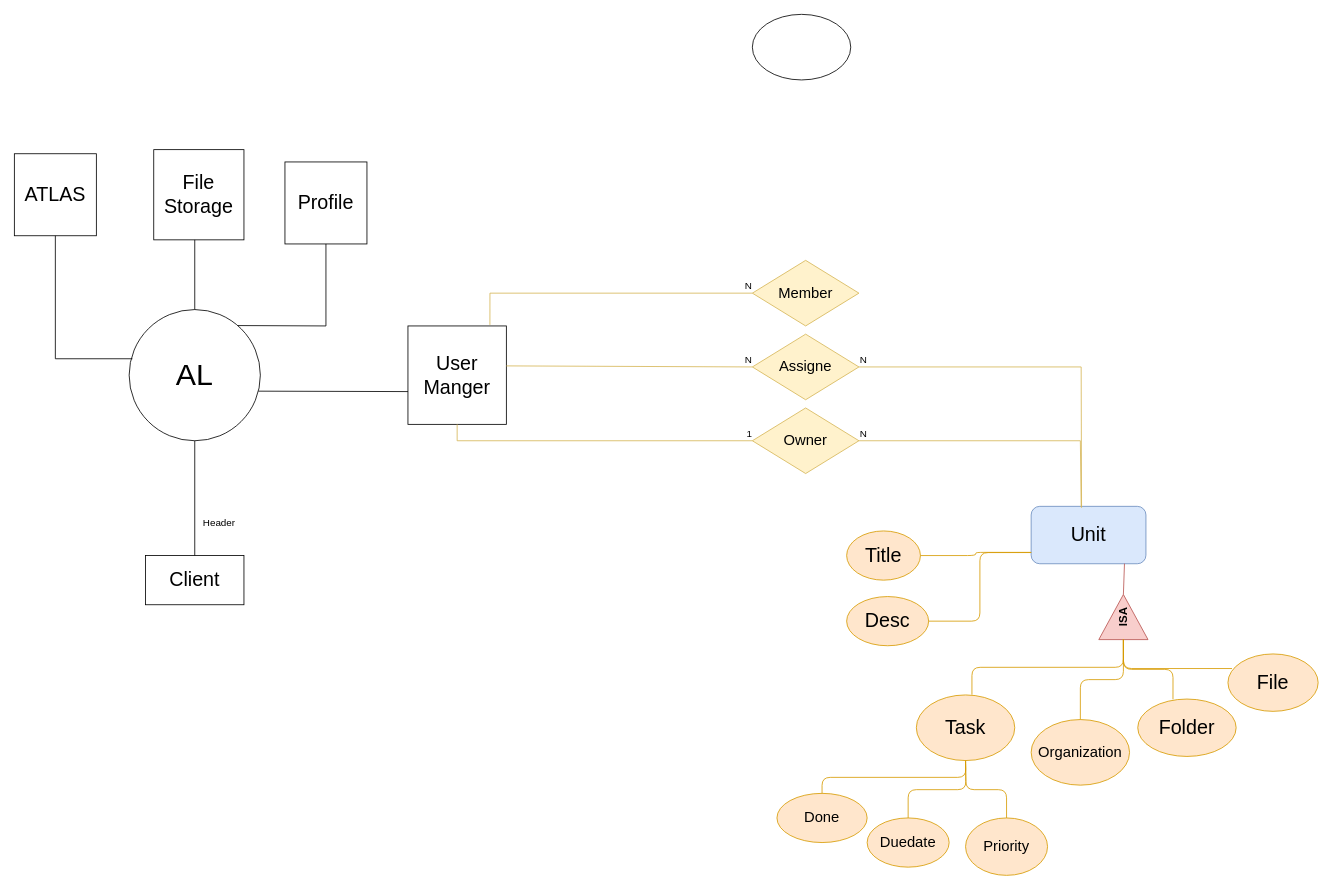
The draw.io diagram Untitled Diagram.drawio in Straider71/test, before the edit. Source tidied: cells renumbered, new cells numbered last; positions are measured from the earlier drawing's top-left corner, leaving out a move shared by most shapes. Both pictures are drawn from the tidied source at 82%, with x=0, y=0 at pixel (14, 14).
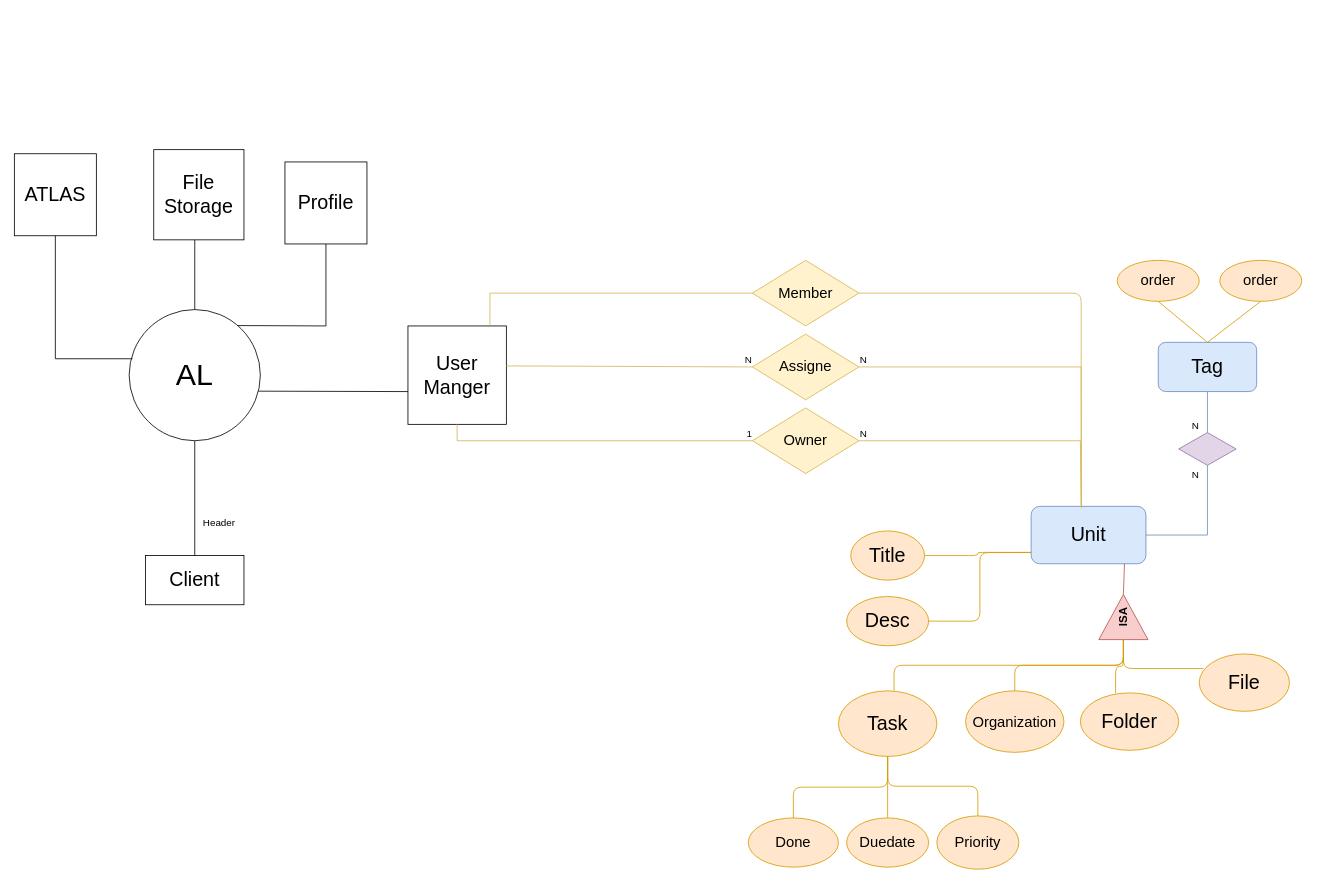
The same page after the edit.

Unchanged cells that the change refers to:
```xml
<mxCell id="17" value="&lt;font style=&quot;font-size: 24px&quot;&gt;Unit&lt;/font&gt;" style="rounded=1;whiteSpace=wrap;html=1;fillColor=#dae8fc;strokeColor=#6c8ebf;" parent="1" vertex="1">
  <mxGeometry x="1240" y="600" width="140" height="70" as="geometry" />
</mxCell>
<mxCell id="44" value="&lt;font style=&quot;font-size: 18px&quot;&gt;Member&lt;/font&gt;" style="rhombus;whiteSpace=wrap;html=1;fillColor=#fff2cc;strokeColor=#d6b656;" parent="1" vertex="1">
  <mxGeometry x="900" y="300" width="130" height="80" as="geometry" />
</mxCell>
<mxCell id="49" style="endArrow=none;html=1;rounded=0;exitX=0.833;exitY=-0.011;exitDx=0;exitDy=0;exitPerimeter=0;fillColor=#fff2cc;strokeColor=#d6b656;" parent="1" edge="1" source="7">
  <mxGeometry relative="1" as="geometry">
    <mxPoint x="900" y="340" as="targetPoint" />
    <Array as="points">
      <mxPoint x="580" y="340" />
    </Array>
  </mxGeometry>
</mxCell>
```

Change to the diagram source:
```diff
@@
-    <mxCell id="2" style="ellipse;whiteSpace=wrap;html=1;" parent="1" vertex="1">
-      <mxGeometry x="900" width="120" height="80" as="geometry" />
-    </mxCell>
@@
     <mxCell id="20" value="&lt;font style=&quot;font-size: 24px&quot;&gt;Folder&lt;/font&gt;" style="ellipse;whiteSpace=wrap;html=1;fillColor=#ffe6cc;strokeColor=#d79b00;" parent="1" vertex="1">
-      <mxGeometry x="1370" y="835" width="120" height="70" as="geometry" />
+      <mxGeometry x="1300" y="827.5" width="120" height="70" as="geometry" />
     </mxCell>
     <mxCell id="21" value="&lt;font style=&quot;font-size: 18px&quot;&gt;Organization&lt;/font&gt;" style="ellipse;whiteSpace=wrap;html=1;fillColor=#ffe6cc;strokeColor=#d79b00;" parent="1" vertex="1">
-      <mxGeometry x="1240" y="860" width="120" height="80" as="geometry" />
+      <mxGeometry x="1160" y="825" width="120" height="75" as="geometry" />
     </mxCell>
     <mxCell id="22" value="&lt;font style=&quot;font-size: 24px&quot;&gt;Task&lt;/font&gt;" style="ellipse;whiteSpace=wrap;html=1;fillColor=#ffe6cc;strokeColor=#d79b00;" parent="1" vertex="1">
-      <mxGeometry x="1100" y="830" width="120" height="80" as="geometry" />
+      <mxGeometry x="1005" y="825" width="120" height="80" as="geometry" />
     </mxCell>
@@
     <mxCell id="24" value="&lt;font style=&quot;font-size: 24px&quot;&gt;Title&lt;/font&gt;" style="ellipse;whiteSpace=wrap;html=1;fillColor=#ffe6cc;strokeColor=#d79b00;" parent="1" vertex="1">
-      <mxGeometry x="1015" y="630" width="90" height="60" as="geometry" />
+      <mxGeometry x="1020" y="630" width="90" height="60" as="geometry" />
     </mxCell>
     <mxCell id="25" value="&lt;font style=&quot;font-size: 18px&quot;&gt;Duedate&lt;/font&gt;" style="ellipse;whiteSpace=wrap;html=1;fillColor=#ffe6cc;strokeColor=#d79b00;" parent="1" vertex="1">
-      <mxGeometry x="1040" y="980" width="100" height="60" as="geometry" />
+      <mxGeometry x="1015" y="980" width="100" height="60" as="geometry" />
     </mxCell>
     <mxCell id="26" value="&lt;font style=&quot;font-size: 18px&quot;&gt;Priority&lt;/font&gt;" style="ellipse;whiteSpace=wrap;html=1;fillColor=#ffe6cc;strokeColor=#d79b00;" parent="1" vertex="1">
-      <mxGeometry x="1160" y="980" width="100" height="70" as="geometry" />
+      <mxGeometry x="1125" y="977.5" width="100" height="65" as="geometry" />
     </mxCell>
     <mxCell id="27" value="&lt;font style=&quot;font-size: 18px&quot;&gt;Done&lt;/font&gt;" style="ellipse;whiteSpace=wrap;html=1;fillColor=#ffe6cc;strokeColor=#d79b00;" parent="1" vertex="1">
-      <mxGeometry x="930" y="950" width="110" height="60" as="geometry" />
+      <mxGeometry x="895" y="980" width="110" height="60" as="geometry" />
     </mxCell>
@@
     <mxCell id="29" value="&lt;font style=&quot;font-size: 24px&quot;&gt;File&lt;/font&gt;" style="ellipse;whiteSpace=wrap;html=1;fillColor=#ffe6cc;strokeColor=#d79b00;" parent="1" vertex="1">
-      <mxGeometry x="1480" y="780" width="110" height="70" as="geometry" />
+      <mxGeometry x="1445" y="780" width="110" height="70" as="geometry" />
     </mxCell>
@@
-    <mxCell id="35" style="endArrow=none;html=1;fontFamily=Helvetica;fontSize=11;fontColor=#000000;align=center;strokeColor=#d79b00;edgeStyle=orthogonalEdgeStyle;exitX=0.5;exitY=0;exitDx=0;exitDy=0;entryX=0.001;entryY=0.802;entryDx=0;entryDy=0;entryPerimeter=0;fillColor=#ffe6cc;" parent="1" edge="1" source="27">
-      <mxGeometry relative="1" as="geometry">
-        <mxPoint x="1160" y="910" as="targetPoint" />
-      </mxGeometry>
+    <mxCell id="35" style="endArrow=none;html=1;fontFamily=Helvetica;fontSize=11;fontColor=#000000;align=center;strokeColor=#d79b00;edgeStyle=orthogonalEdgeStyle;exitX=0.5;exitY=0;exitDx=0;exitDy=0;entryX=0.5;entryY=1;entryDx=0;entryDy=0;fillColor=#ffe6cc;" parent="1" edge="1" source="27" target="22">
+      <mxGeometry relative="1" as="geometry" />
     </mxCell>
-    <mxCell id="36" style="endArrow=none;html=1;fontFamily=Helvetica;fontSize=11;fontColor=#000000;align=center;strokeColor=#d79b00;edgeStyle=orthogonalEdgeStyle;exitX=0.5;exitY=0;exitDx=0;exitDy=0;entryX=0.001;entryY=0.802;entryDx=0;entryDy=0;entryPerimeter=0;fillColor=#ffe6cc;" parent="1" edge="1" source="25">
-      <mxGeometry relative="1" as="geometry">
-        <mxPoint x="1160" y="910" as="targetPoint" />
-      </mxGeometry>
+    <mxCell id="36" style="endArrow=none;html=1;fontFamily=Helvetica;fontSize=11;fontColor=#000000;align=center;strokeColor=#d79b00;edgeStyle=orthogonalEdgeStyle;exitX=0.5;exitY=0;exitDx=0;exitDy=0;entryX=0.5;entryY=1;entryDx=0;entryDy=0;fillColor=#ffe6cc;" parent="1" edge="1" source="25" target="22">
+      <mxGeometry relative="1" as="geometry" />
     </mxCell>
-    <mxCell id="37" style="endArrow=none;html=1;fontFamily=Helvetica;fontSize=11;fontColor=#000000;align=center;strokeColor=#d79b00;edgeStyle=orthogonalEdgeStyle;exitX=0.5;exitY=0;exitDx=0;exitDy=0;fillColor=#ffe6cc;" parent="1" edge="1" source="26">
-      <mxGeometry relative="1" as="geometry">
-        <mxPoint x="1160" y="910" as="targetPoint" />
-      </mxGeometry>
+    <mxCell id="37" style="endArrow=none;html=1;fontFamily=Helvetica;fontSize=11;fontColor=#000000;align=center;strokeColor=#d79b00;edgeStyle=orthogonalEdgeStyle;exitX=0.5;exitY=0;exitDx=0;exitDy=0;fillColor=#ffe6cc;entryX=0.5;entryY=1;entryDx=0;entryDy=0;" parent="1" edge="1" source="26" target="22">
+      <mxGeometry relative="1" as="geometry" />
     </mxCell>
@@
-    <mxCell id="50" value="N" style="html=1;align=right;verticalAlign=bottom;" parent="49" vertex="1">
-      <mxGeometry x="1" relative="1" as="geometry" />
-    </mxCell>
+    <mxCell id="51" style="endArrow=none;html=1;exitX=1;exitY=0.5;exitDx=0;exitDy=0;entryX=0.436;entryY=0;entryDx=0;entryDy=0;entryPerimeter=0;fillColor=#fff2cc;strokeColor=#d6b656;" parent="1" edge="1" source="44" target="17">
+      <mxGeometry relative="1" as="geometry">
+        <Array as="points">
+          <mxPoint x="1301" y="340" />
+        </Array>
+      </mxGeometry>
+    </mxCell>
+    <mxCell id="52" style="rhombus;whiteSpace=wrap;html=1;fillColor=#e1d5e7;strokeColor=#9673a6;" parent="1" vertex="1">
+      <mxGeometry x="1420" y="510" width="70" height="40" as="geometry" />
+    </mxCell>
+    <mxCell id="53" value="&lt;font style=&quot;font-size: 24px&quot;&gt;Tag&lt;/font&gt;" style="rounded=1;whiteSpace=wrap;html=1;fillColor=#dae8fc;strokeColor=#6c8ebf;" parent="1" vertex="1">
+      <mxGeometry x="1395" y="400" width="120" height="60" as="geometry" />
+    </mxCell>
+    <mxCell id="54" style="endArrow=none;html=1;rounded=0;entryX=0.5;entryY=1;entryDx=0;entryDy=0;exitX=1;exitY=0.5;exitDx=0;exitDy=0;fillColor=#dae8fc;strokeColor=#6c8ebf;" parent="1" edge="1" source="17" target="52">
+      <mxGeometry relative="1" as="geometry">
+        <Array as="points">
+          <mxPoint x="1455" y="635" />
+        </Array>
+      </mxGeometry>
+    </mxCell>
+    <mxCell id="55" value="N" style="html=1;align=right;verticalAlign=bottom;" parent="54" vertex="1">
+      <mxGeometry x="1" relative="1" as="geometry">
+        <mxPoint x="-10" y="20" as="offset" />
+      </mxGeometry>
+    </mxCell>
+    <mxCell id="56" style="endArrow=none;html=1;rounded=0;exitX=0.5;exitY=1;exitDx=0;exitDy=0;entryX=0.5;entryY=0;entryDx=0;entryDy=0;fillColor=#dae8fc;strokeColor=#6c8ebf;" parent="1" edge="1" source="53" target="52">
+      <mxGeometry relative="1" as="geometry" />
+    </mxCell>
+    <mxCell id="57" value="N" style="html=1;align=right;verticalAlign=bottom;" parent="56" vertex="1">
+      <mxGeometry x="1" relative="1" as="geometry">
+        <mxPoint x="-10" as="offset" />
+      </mxGeometry>
+    </mxCell>
+    <mxCell id="58" value="&lt;font style=&quot;font-size: 18px&quot;&gt;order&lt;/font&gt;" style="ellipse;whiteSpace=wrap;html=1;align=center;fillColor=#ffe6cc;strokeColor=#d79b00;" parent="1" vertex="1">
+      <mxGeometry x="1345" y="300" width="100" height="50" as="geometry" />
+    </mxCell>
+    <mxCell id="59" value="&lt;font style=&quot;font-size: 18px&quot;&gt;order&lt;/font&gt;" style="ellipse;whiteSpace=wrap;html=1;align=center;fillColor=#ffe6cc;strokeColor=#d79b00;" parent="1" vertex="1">
+      <mxGeometry x="1470" y="300" width="100" height="50" as="geometry" />
+    </mxCell>
+    <mxCell id="60" style="endArrow=none;html=1;entryX=0.5;entryY=1;entryDx=0;entryDy=0;exitX=0.5;exitY=0;exitDx=0;exitDy=0;fillColor=#ffe6cc;strokeColor=#d79b00;" parent="1" edge="1" source="53" target="58">
+      <mxGeometry relative="1" as="geometry" />
+    </mxCell>
+    <mxCell id="61" style="endArrow=none;html=1;entryX=0.5;entryY=1;entryDx=0;entryDy=0;exitX=0.5;exitY=0;exitDx=0;exitDy=0;fillColor=#ffe6cc;strokeColor=#d79b00;" parent="1" edge="1" source="53" target="59">
+      <mxGeometry relative="1" as="geometry" />
+    </mxCell>
```
